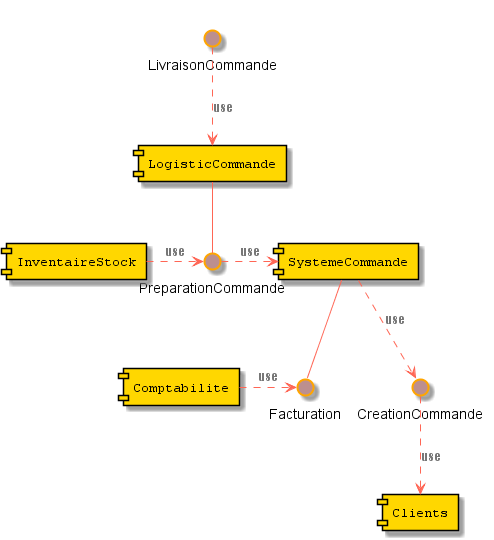
Above: composant.png in SergeNanou/Solution-technique-Gestion-de-pizzeria (PlantUML), before the change. Its diagram source:
```plantuml
@startuml

skinparam interface {
  backgroundColor RosyBrown
  borderColor orange
}

skinparam component {
  FontSize 13
  BackgroundColor<<Apache>> Red
  BorderColor<<Apache>> #FF6655
  FontName Courier
  BorderColor black
  BackgroundColor gold
  ArrowFontName Impact
  ArrowColor #FF6655
  ArrowFontColor #777777
}

() "Facturation" as FA
[Comptabilite] .> FA : use
[SystemeCommande]  -- FA
[SystemeCommande] ..> CreationCommande : use
CreationCommande ..> [Clients] : use
PreparationCommande .> [SystemeCommande] : use
LivraisonCommande ..> [LogisticCommande] :use
[LogisticCommande] -- PreparationCommande
[InventaireStock] .> PreparationCommande : use
@enduml
```
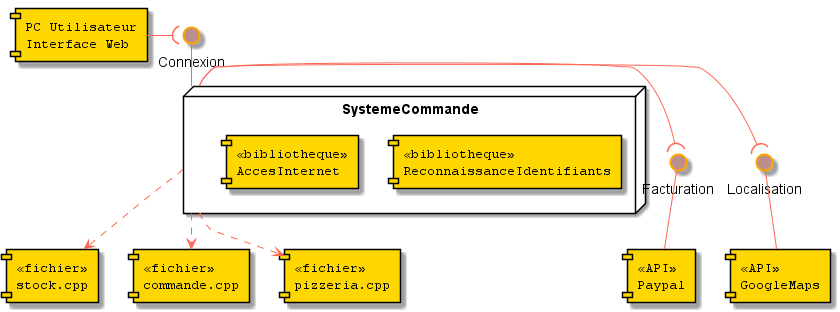
Above is the later version.

Change to the diagram source:
```diff
@@ -16,14 +16,22 @@
   ArrowColor #FF6655
   ArrowFontColor #777777
 }
+node SystemeCommande {
+  [<<bibliotheque>> \n ReconnaissanceIdentifiants]
+  [<<bibliotheque>> \n AccesInternet]
+}
 
-() "Facturation" as FA
-[Comptabilite] .> FA : use
-[SystemeCommande]  -- FA
-[SystemeCommande] ..> CreationCommande : use
-CreationCommande ..> [Clients] : use
-PreparationCommande .> [SystemeCommande] : use
-LivraisonCommande ..> [LogisticCommande] :use
-[LogisticCommande] -- PreparationCommande
-[InventaireStock] .> PreparationCommande : use
+
+
+SystemeCommande  -( Facturation
+Facturation --[<<API>> \n Paypal]
+SystemeCommande  -( Localisation
+Localisation --[<<API>> \n GoogleMaps]
+[PC Utilisateur \n Interface Web] -( Connexion
+Connexion --  SystemeCommande
+SystemeCommande  ..> [<<fichier>> \n stock.cpp]
+SystemeCommande  ..> [<<fichier>> \n commande.cpp]
+SystemeCommande ..> [<<fichier>> \n pizzeria.cpp]
+
+
 @enduml
```
